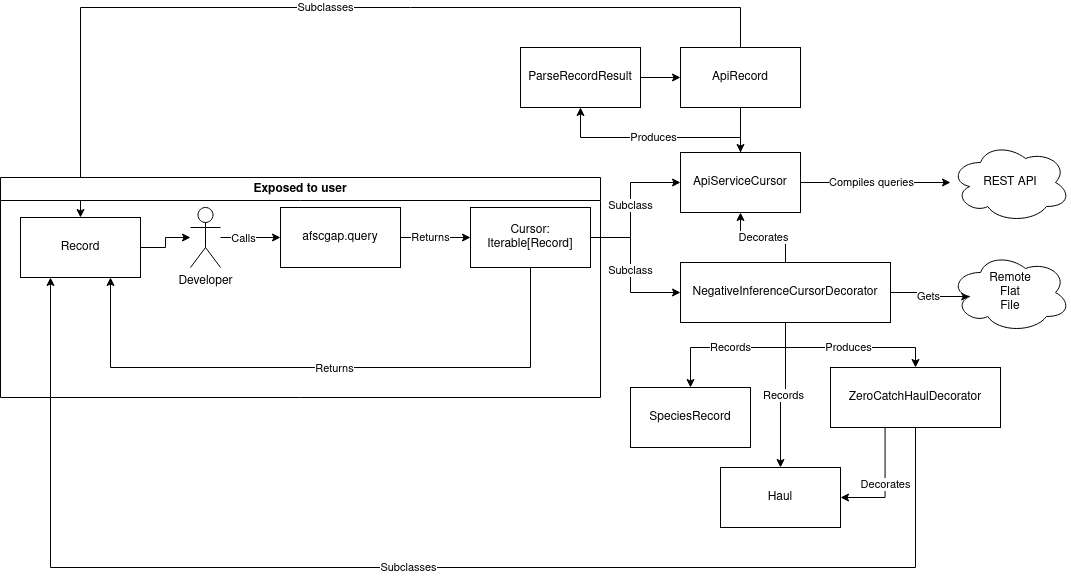
The draw.io diagram inst/library.png in SchmidtDSE/afscgap, before a commit. Source tidied: cells renumbered, new cells last; positions are measured from the earlier drawing's top-left corner, leaving out a move shared by most shapes.
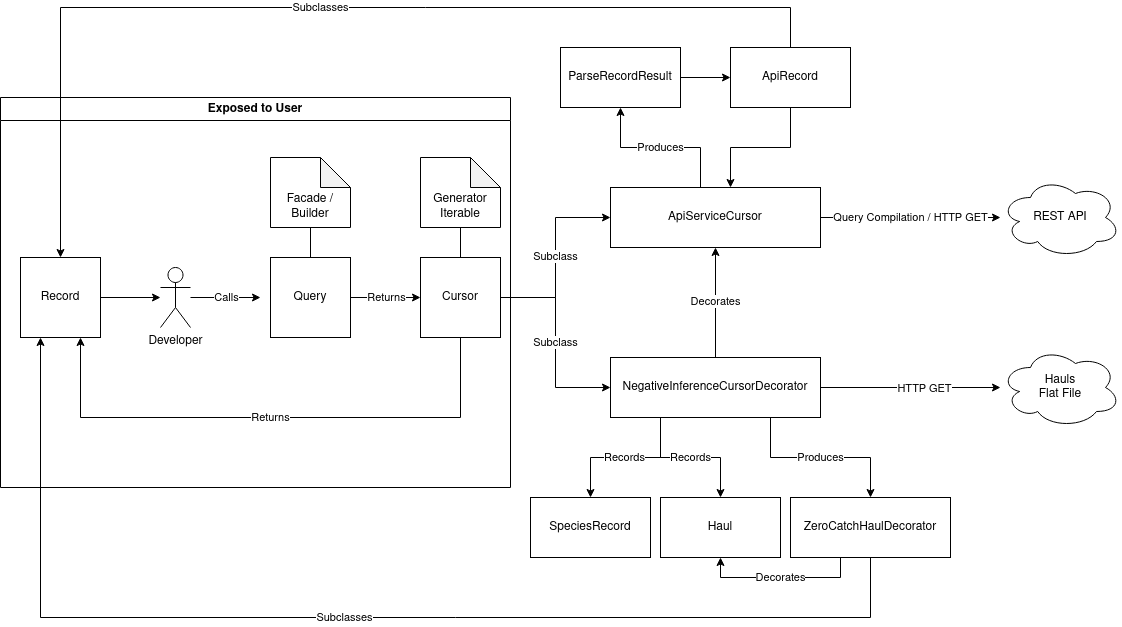
The same file after the commit.

Change to the diagram source:
```diff
@@ -2,157 +2,171 @@
   <root>
     <mxCell id="0" />
     <mxCell id="1" parent="0" />
-    <mxCell id="2" style="edgeStyle=orthogonalEdgeStyle;rounded=0;jettySize=auto;html=1;" parent="1" edge="1" source="5" target="35">
-      <mxGeometry relative="1" as="geometry" />
-    </mxCell>
-    <mxCell id="3" value="Compiles queries" style="edgeLabel;html=1;align=center;verticalAlign=middle;" parent="2" vertex="1">
-      <mxGeometry x="0.21" y="-1" relative="1" as="geometry">
-        <mxPoint x="-20" y="-1" as="offset" />
-      </mxGeometry>
-    </mxCell>
-    <mxCell id="4" value="Produces" style="edgeStyle=orthogonalEdgeStyle;rounded=0;jettySize=auto;html=1;entryX=0.5;entryY=1;entryDx=0;entryDy=0;" parent="1" edge="1" source="5" target="14">
-      <mxGeometry relative="1" as="geometry">
-        <Array as="points">
-          <mxPoint x="740" y="130" />
-          <mxPoint x="580" y="130" />
-        </Array>
-      </mxGeometry>
-    </mxCell>
-    <mxCell id="5" value="ApiServiceCursor" style="rounded=0;whiteSpace=wrap;html=1;" parent="1" vertex="1">
-      <mxGeometry x="680" y="145" width="120" height="60" as="geometry" />
-    </mxCell>
-    <mxCell id="6" value="Subclass" style="edgeStyle=orthogonalEdgeStyle;rounded=0;jettySize=auto;html=1;entryX=0;entryY=0.5;entryDx=0;entryDy=0;" parent="1" edge="1" source="10" target="20">
-      <mxGeometry relative="1" as="geometry">
-        <Array as="points">
-          <mxPoint x="630" y="230" />
-          <mxPoint x="630" y="285" />
-        </Array>
-      </mxGeometry>
-    </mxCell>
-    <mxCell id="7" style="edgeStyle=orthogonalEdgeStyle;rounded=0;jettySize=auto;html=1;entryX=0.75;entryY=1;entryDx=0;entryDy=0;" parent="1" edge="1" source="10" target="12">
-      <mxGeometry relative="1" as="geometry">
-        <Array as="points">
-          <mxPoint x="530" y="360" />
-          <mxPoint x="110" y="360" />
-        </Array>
-      </mxGeometry>
-    </mxCell>
-    <mxCell id="8" value="Returns" style="edgeLabel;html=1;align=center;verticalAlign=middle;" parent="7" vertex="1">
-      <mxGeometry x="-0.03" y="1" relative="1" as="geometry" />
-    </mxCell>
-    <mxCell id="9" value="Subclass" style="edgeStyle=orthogonalEdgeStyle;rounded=0;jettySize=auto;html=1;entryX=0;entryY=0.5;entryDx=0;entryDy=0;" parent="1" edge="1" source="10" target="5">
-      <mxGeometry relative="1" as="geometry">
-        <Array as="points">
-          <mxPoint x="630" y="230" />
-          <mxPoint x="630" y="175" />
-        </Array>
-      </mxGeometry>
-    </mxCell>
-    <mxCell id="10" value="Cursor: Iterable[Record]" style="rounded=0;whiteSpace=wrap;html=1;" parent="1" vertex="1">
-      <mxGeometry x="470" y="200" width="120" height="60" as="geometry" />
-    </mxCell>
+    <mxCell id="33" value="Calls" style="edgeStyle=orthogonalEdgeStyle;rounded=0;jettySize=auto;html=1;" parent="1" edge="1" source="34">
+      <mxGeometry relative="1" as="geometry">
+        <mxPoint x="330" y="270" as="targetPoint" />
+      </mxGeometry>
+    </mxCell>
+    <mxCell id="34" value="Developer" style="shape=umlActor;verticalLabelPosition=bottom;verticalAlign=top;html=1;outlineConnect=0;" parent="1" vertex="1">
+      <mxGeometry x="230" y="240" width="30" height="60" as="geometry" />
+    </mxCell>
     <mxCell id="11" style="edgeStyle=orthogonalEdgeStyle;rounded=0;jettySize=auto;html=1;" parent="1" edge="1" source="12" target="34">
       <mxGeometry relative="1" as="geometry" />
     </mxCell>
-    <mxCell id="12" value="Record" style="rounded=0;whiteSpace=wrap;html=1;" parent="1" vertex="1">
-      <mxGeometry x="20" y="210" width="120" height="60" as="geometry" />
+    <mxCell id="12" value="Record" style="whiteSpace=wrap;html=1;" parent="1" vertex="1">
+      <mxGeometry x="90" y="230" width="80" height="80" as="geometry" />
     </mxCell>
-    <mxCell id="13" style="edgeStyle=orthogonalEdgeStyle;rounded=0;jettySize=auto;html=1;entryX=0;entryY=0.5;entryDx=0;entryDy=0;" parent="1" edge="1" source="14" target="28">
-      <mxGeometry relative="1" as="geometry" />
-    </mxCell>
-    <mxCell id="14" value="ParseRecordResult" style="rounded=0;whiteSpace=wrap;html=1;" parent="1" vertex="1">
-      <mxGeometry x="520" y="40" width="120" height="60" as="geometry" />
-    </mxCell>
+    <mxCell id="38" value="Returns" style="edgeStyle=orthogonalEdgeStyle;rounded=0;jettySize=auto;html=1;" parent="1" edge="1" source="39" target="46">
+      <mxGeometry relative="1" as="geometry">
+        <Array as="points">
+          <mxPoint x="440" y="270" />
+          <mxPoint x="440" y="270" />
+        </Array>
+      </mxGeometry>
+    </mxCell>
+    <mxCell id="39" value="Query" style="whiteSpace=wrap;html=1;" parent="1" vertex="1">
+      <mxGeometry x="340" y="230" width="80" height="80" as="geometry" />
+    </mxCell>
+    <mxCell id="40" style="edgeStyle=orthogonalEdgeStyle;rounded=0;jettySize=auto;html=1;endArrow=none;endFill=0;" parent="1" edge="1" source="41" target="39">
+      <mxGeometry relative="1" as="geometry" />
+    </mxCell>
+    <mxCell id="41" value="&lt;div&gt;&lt;br&gt;&lt;/div&gt;&lt;div&gt;&lt;br&gt;&lt;/div&gt;&lt;div&gt;Facade / Builder&lt;/div&gt;" style="shape=note;whiteSpace=wrap;html=1;backgroundOutline=1;darkOpacity=0.05;" parent="1" vertex="1">
+      <mxGeometry x="340" y="130" width="80" height="70" as="geometry" />
+    </mxCell>
+    <mxCell id="42" value="Returns" style="edgeStyle=orthogonalEdgeStyle;rounded=0;jettySize=auto;html=1;entryX=0.75;entryY=1;entryDx=0;entryDy=0;" parent="1" edge="1" source="46" target="12">
+      <mxGeometry relative="1" as="geometry">
+        <Array as="points">
+          <mxPoint x="530" y="390" />
+          <mxPoint x="150" y="390" />
+        </Array>
+      </mxGeometry>
+    </mxCell>
+    <mxCell id="43" value="Subclass" style="edgeStyle=orthogonalEdgeStyle;rounded=0;jettySize=auto;html=1;entryX=0;entryY=0.5;entryDx=0;entryDy=0;" parent="1" edge="1" source="46" target="5">
+      <mxGeometry relative="1" as="geometry" />
+    </mxCell>
+    <mxCell id="44" value="Subclass" style="edgeStyle=orthogonalEdgeStyle;rounded=0;jettySize=auto;html=1;entryX=0;entryY=0.5;entryDx=0;entryDy=0;" parent="1" edge="1" source="46" target="20">
+      <mxGeometry relative="1" as="geometry" />
+    </mxCell>
+    <mxCell id="45" value="Exposed to User" style="swimlane;whiteSpace=wrap;html=1;" parent="1" vertex="1">
+      <mxGeometry x="70" y="70" width="510" height="390" as="geometry" />
+    </mxCell>
+    <mxCell id="46" value="Cursor" style="whiteSpace=wrap;html=1;" parent="45" vertex="1">
+      <mxGeometry x="420" y="160" width="80" height="80" as="geometry" />
+    </mxCell>
+    <mxCell id="47" value="&lt;div&gt;&lt;br&gt;&lt;/div&gt;&lt;div&gt;&lt;br&gt;&lt;/div&gt;&lt;div&gt;Generator Iterable&lt;/div&gt;" style="shape=note;whiteSpace=wrap;html=1;backgroundOutline=1;darkOpacity=0.05;" parent="45" vertex="1">
+      <mxGeometry x="420" y="60" width="80" height="70" as="geometry" />
+    </mxCell>
+    <mxCell id="48" style="edgeStyle=orthogonalEdgeStyle;rounded=0;jettySize=auto;html=1;endArrow=none;endFill=0;" parent="45" edge="1" source="46" target="47">
+      <mxGeometry relative="1" as="geometry" />
+    </mxCell>
+    <mxCell id="4" value="Produces" style="edgeStyle=orthogonalEdgeStyle;rounded=0;jettySize=auto;html=1;entryX=0.5;entryY=1;entryDx=0;entryDy=0;" parent="1" edge="1" source="5" target="14">
+      <mxGeometry relative="1" as="geometry">
+        <Array as="points">
+          <mxPoint x="770" y="120" />
+          <mxPoint x="690" y="120" />
+        </Array>
+      </mxGeometry>
+    </mxCell>
+    <mxCell id="2" value="Query Compilation / HTTP GET" style="edgeStyle=orthogonalEdgeStyle;rounded=0;jettySize=auto;html=1;" parent="1" edge="1" source="5" target="35">
+      <mxGeometry relative="1" as="geometry" />
+    </mxCell>
+    <mxCell id="5" value="ApiServiceCursor" style="rounded=0;whiteSpace=wrap;html=1;" parent="1" vertex="1">
+      <mxGeometry x="680" y="160" width="210" height="60" as="geometry" />
+    </mxCell>
     <mxCell id="15" value="Decorates" style="edgeStyle=orthogonalEdgeStyle;rounded=0;jettySize=auto;html=1;entryX=0.5;entryY=1;entryDx=0;entryDy=0;" parent="1" edge="1" source="20" target="5">
       <mxGeometry relative="1" as="geometry" />
     </mxCell>
-    <mxCell id="16" value="Gets" style="edgeStyle=orthogonalEdgeStyle;rounded=0;jettySize=auto;html=1;entryX=0.16;entryY=0.55;entryDx=0;entryDy=0;entryPerimeter=0;" parent="1" edge="1" source="20" target="36">
-      <mxGeometry relative="1" as="geometry" />
-    </mxCell>
+    <mxCell id="49" style="edgeStyle=orthogonalEdgeStyle;rounded=0;jettySize=auto;html=1;" parent="1" edge="1" source="20">
+      <mxGeometry relative="1" as="geometry">
+        <mxPoint x="1070" y="360" as="targetPoint" />
+      </mxGeometry>
+    </mxCell>
+    <mxCell id="50" value="HTTP GET" style="edgeLabel;html=1;align=center;verticalAlign=middle;" parent="49" vertex="1">
+      <mxGeometry x="0.15" relative="1" as="geometry" />
+    </mxCell>
-    <mxCell id="17" value="Records" style="edgeStyle=orthogonalEdgeStyle;rounded=0;jettySize=auto;html=1;" parent="1" edge="1" source="20" target="25">
+    <mxCell id="17" value="Records" style="edgeStyle=orthogonalEdgeStyle;rounded=0;jettySize=auto;html=1;entryX=0.5;entryY=0;entryDx=0;entryDy=0;" parent="1" edge="1" source="20" target="25">
       <mxGeometry relative="1" as="geometry">
         <Array as="points">
-          <mxPoint x="785" y="340" />
-          <mxPoint x="690" y="340" />
+          <mxPoint x="730" y="430" />
+          <mxPoint x="660" y="430" />
         </Array>
       </mxGeometry>
     </mxCell>
-    <mxCell id="18" value="Records" style="edgeStyle=orthogonalEdgeStyle;rounded=0;jettySize=auto;html=1;" parent="1" edge="1" source="20" target="24">
-      <mxGeometry relative="1" as="geometry" />
+    <mxCell id="18" value="Records" style="edgeStyle=orthogonalEdgeStyle;rounded=0;jettySize=auto;html=1;entryX=0.5;entryY=0;entryDx=0;entryDy=0;" parent="1" edge="1" source="20" target="24">
+      <mxGeometry relative="1" as="geometry">
+        <Array as="points">
+          <mxPoint x="730" y="430" />
+          <mxPoint x="790" y="430" />
+        </Array>
+      </mxGeometry>
     </mxCell>
-    <mxCell id="19" value="Produces" style="edgeStyle=orthogonalEdgeStyle;rounded=0;jettySize=auto;html=1;" parent="1" edge="1" source="20" target="23">
+    <mxCell id="19" value="Produces" style="edgeStyle=orthogonalEdgeStyle;rounded=0;jettySize=auto;html=1;entryX=0.5;entryY=0;entryDx=0;entryDy=0;" parent="1" edge="1" source="20" target="23">
       <mxGeometry relative="1" as="geometry">
         <Array as="points">
-          <mxPoint x="785" y="340" />
-          <mxPoint x="915" y="340" />
+          <mxPoint x="840" y="430" />
+          <mxPoint x="940" y="430" />
         </Array>
       </mxGeometry>
     </mxCell>
     <mxCell id="20" value="NegativeInferenceCursorDecorator" style="rounded=0;whiteSpace=wrap;html=1;" parent="1" vertex="1">
-      <mxGeometry x="680" y="255" width="210" height="60" as="geometry" />
+      <mxGeometry x="680" y="330" width="210" height="60" as="geometry" />
     </mxCell>
+    <mxCell id="13" style="edgeStyle=orthogonalEdgeStyle;rounded=0;jettySize=auto;html=1;entryX=0;entryY=0.5;entryDx=0;entryDy=0;" parent="1" edge="1" source="14" target="28">
+      <mxGeometry relative="1" as="geometry" />
+    </mxCell>
+    <mxCell id="14" value="ParseRecordResult" style="rounded=0;whiteSpace=wrap;html=1;" parent="1" vertex="1">
+      <mxGeometry x="630" y="20" width="120" height="60" as="geometry" />
+    </mxCell>
+    <mxCell id="26" style="edgeStyle=orthogonalEdgeStyle;rounded=0;jettySize=auto;html=1;" parent="1" edge="1" source="28" target="5">
+      <mxGeometry relative="1" as="geometry">
+        <Array as="points">
+          <mxPoint x="860" y="120" />
+          <mxPoint x="800" y="120" />
+        </Array>
+      </mxGeometry>
+    </mxCell>
+    <mxCell id="22" value="Subclasses" style="edgeStyle=orthogonalEdgeStyle;rounded=0;jettySize=auto;html=1;entryX=0.5;entryY=0;entryDx=0;entryDy=0;" parent="1" edge="1" source="28" target="12">
+      <mxGeometry relative="1" as="geometry">
+        <Array as="points">
+          <mxPoint x="860" y="-20" />
+          <mxPoint x="130" y="-20" />
+        </Array>
+      </mxGeometry>
+    </mxCell>
+    <mxCell id="28" value="ApiRecord" style="rounded=0;whiteSpace=wrap;html=1;" parent="1" vertex="1">
+      <mxGeometry x="800" y="20" width="120" height="60" as="geometry" />
+    </mxCell>
+    <mxCell id="35" value="REST API" style="ellipse;shape=cloud;whiteSpace=wrap;html=1;" parent="1" vertex="1">
+      <mxGeometry x="1070" y="150" width="120" height="80" as="geometry" />
+    </mxCell>
+    <mxCell id="51" value="&lt;div&gt;Hauls&lt;/div&gt;&lt;div&gt;Flat File&lt;br&gt;&lt;/div&gt;" style="ellipse;shape=cloud;whiteSpace=wrap;html=1;" parent="1" vertex="1">
+      <mxGeometry x="1070" y="320" width="120" height="80" as="geometry" />
+    </mxCell>
+    <mxCell id="25" value="SpeciesRecord" style="rounded=0;whiteSpace=wrap;html=1;" parent="1" vertex="1">
+      <mxGeometry x="600" y="470" width="120" height="60" as="geometry" />
+    </mxCell>
+    <mxCell id="24" value="Haul" style="rounded=0;whiteSpace=wrap;html=1;" parent="1" vertex="1">
+      <mxGeometry x="730" y="470" width="120" height="60" as="geometry" />
+    </mxCell>
-    <mxCell id="21" value="Decorates" style="edgeStyle=orthogonalEdgeStyle;rounded=0;jettySize=auto;html=1;entryX=1;entryY=0.5;entryDx=0;entryDy=0;exitX=0.321;exitY=0.992;exitDx=0;exitDy=0;exitPerimeter=0;" parent="1" edge="1" source="23" target="24">
-      <mxGeometry relative="1" as="geometry" />
+    <mxCell id="21" value="Decorates" style="edgeStyle=orthogonalEdgeStyle;rounded=0;jettySize=auto;html=1;entryX=0.5;entryY=1;entryDx=0;entryDy=0;" parent="1" edge="1" source="23" target="24">
+      <mxGeometry relative="1" as="geometry">
+        <Array as="points">
+          <mxPoint x="910" y="550" />
+          <mxPoint x="790" y="550" />
+        </Array>
+      </mxGeometry>
     </mxCell>
-    <mxCell id="22" value="Subclasses" style="edgeStyle=orthogonalEdgeStyle;rounded=0;jettySize=auto;html=1;entryX=0.25;entryY=1;entryDx=0;entryDy=0;" parent="1" edge="1" source="23" target="12">
-      <mxGeometry relative="1" as="geometry">
-        <Array as="points">
-          <mxPoint x="915" y="560" />
-          <mxPoint x="50" y="560" />
-        </Array>
-      </mxGeometry>
-    </mxCell>
+    <mxCell id="27" value="Subclasses" style="edgeStyle=orthogonalEdgeStyle;rounded=0;jettySize=auto;html=1;" parent="1" edge="1" source="23">
+      <mxGeometry relative="1" as="geometry">
+        <mxPoint x="110" y="310" as="targetPoint" />
+        <Array as="points">
+          <mxPoint x="940" y="590" />
+          <mxPoint x="110" y="590" />
+        </Array>
+      </mxGeometry>
+    </mxCell>
-    <mxCell id="23" value="&lt;div&gt;ZeroCatchHaulDecorator&lt;/div&gt;" style="rounded=0;whiteSpace=wrap;html=1;" parent="1" vertex="1">
-      <mxGeometry x="830" y="360" width="170" height="60" as="geometry" />
+    <mxCell id="23" value="ZeroCatchHaulDecorator" style="rounded=0;whiteSpace=wrap;html=1;" parent="1" vertex="1">
+      <mxGeometry x="860" y="470" width="160" height="60" as="geometry" />
     </mxCell>
-    <mxCell id="24" value="Haul" style="rounded=0;whiteSpace=wrap;html=1;" parent="1" vertex="1">
-      <mxGeometry x="720" y="460" width="120" height="60" as="geometry" />
-    </mxCell>
-    <mxCell id="25" value="SpeciesRecord" style="rounded=0;whiteSpace=wrap;html=1;fontStyle=0;" parent="1" vertex="1">
-      <mxGeometry x="630" y="380" width="120" height="60" as="geometry" />
-    </mxCell>
-    <mxCell id="26" style="edgeStyle=orthogonalEdgeStyle;rounded=0;jettySize=auto;html=1;entryX=0.5;entryY=0;entryDx=0;entryDy=0;" parent="1" edge="1" source="28" target="5">
-      <mxGeometry relative="1" as="geometry" />
-    </mxCell>
-    <mxCell id="27" value="Subclasses" style="edgeStyle=orthogonalEdgeStyle;rounded=0;jettySize=auto;html=1;" parent="1" edge="1" source="28" target="12">
-      <mxGeometry relative="1" as="geometry">
-        <Array as="points">
-          <mxPoint x="740" />
-          <mxPoint x="80" />
-        </Array>
-      </mxGeometry>
-    </mxCell>
-    <mxCell id="28" value="ApiRecord" style="rounded=0;whiteSpace=wrap;html=1;" parent="1" vertex="1">
-      <mxGeometry x="680" y="40" width="120" height="60" as="geometry" />
-    </mxCell>
-    <mxCell id="29" style="edgeStyle=orthogonalEdgeStyle;rounded=0;jettySize=auto;html=1;entryX=0;entryY=0.5;entryDx=0;entryDy=0;" parent="1" edge="1" source="31" target="10">
-      <mxGeometry relative="1" as="geometry" />
-    </mxCell>
-    <mxCell id="30" value="Returns" style="edgeLabel;html=1;align=center;verticalAlign=middle;" parent="29" vertex="1">
-      <mxGeometry x="0.27" y="-1" relative="1" as="geometry">
-        <mxPoint x="-15" y="-1" as="offset" />
-      </mxGeometry>
-    </mxCell>
-    <mxCell id="31" value="afscgap.query" style="rounded=0;whiteSpace=wrap;html=1;" parent="1" vertex="1">
-      <mxGeometry x="280" y="200" width="120" height="60" as="geometry" />
-    </mxCell>
-    <mxCell id="32" style="edgeStyle=orthogonalEdgeStyle;rounded=0;jettySize=auto;html=1;" parent="1" edge="1" source="34" target="31">
-      <mxGeometry relative="1" as="geometry" />
-    </mxCell>
-    <mxCell id="33" value="Calls" style="edgeLabel;html=1;align=center;verticalAlign=middle;" parent="32" vertex="1">
-      <mxGeometry x="-0.26" y="-1" relative="1" as="geometry" />
-    </mxCell>
-    <mxCell id="34" value="Developer" style="shape=umlActor;verticalLabelPosition=bottom;verticalAlign=top;html=1;outlineConnect=0;" parent="1" vertex="1">
-      <mxGeometry x="190" y="200" width="30" height="60" as="geometry" />
-    </mxCell>
-    <mxCell id="35" value="REST API" style="ellipse;shape=cloud;whiteSpace=wrap;html=1;" parent="1" vertex="1">
-      <mxGeometry x="950" y="135" width="120" height="80" as="geometry" />
-    </mxCell>
-    <mxCell id="36" value="&lt;div&gt;Remote&lt;/div&gt;&lt;div&gt;Flat&lt;/div&gt;&lt;div&gt;File&lt;br&gt;&lt;/div&gt;" style="ellipse;shape=cloud;whiteSpace=wrap;html=1;" parent="1" vertex="1">
-      <mxGeometry x="950" y="245" width="120" height="80" as="geometry" />
-    </mxCell>
-    <mxCell id="37" value="Exposed to user" style="swimlane;whiteSpace=wrap;html=1;" parent="1" vertex="1">
-      <mxGeometry y="170" width="600" height="220" as="geometry" />
-    </mxCell>
   </root>
 </mxGraphModel>
```
